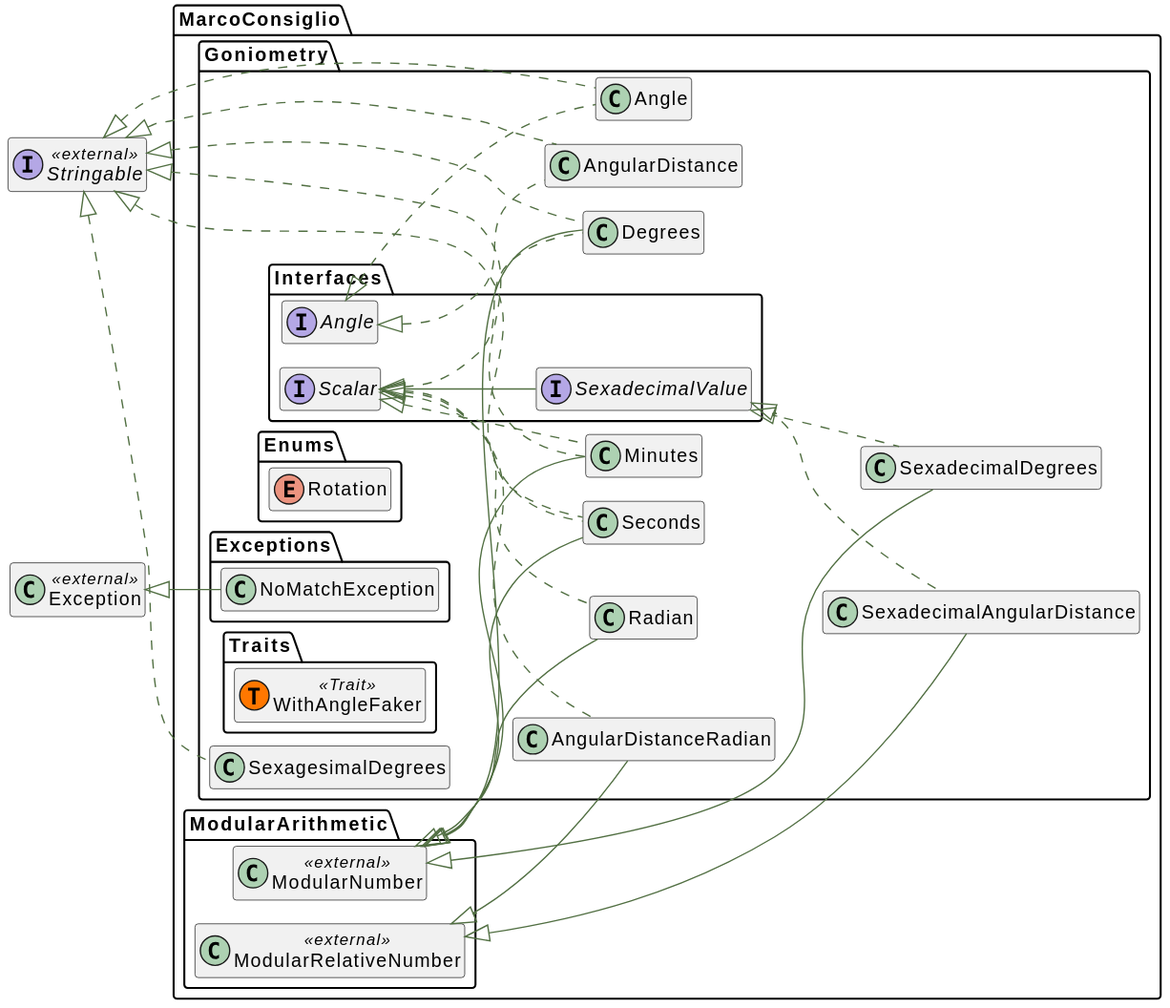
The PlantUML diagram docs/html/graphs/classes.svg in MarcoConsiglio/goniometry, before a commit.
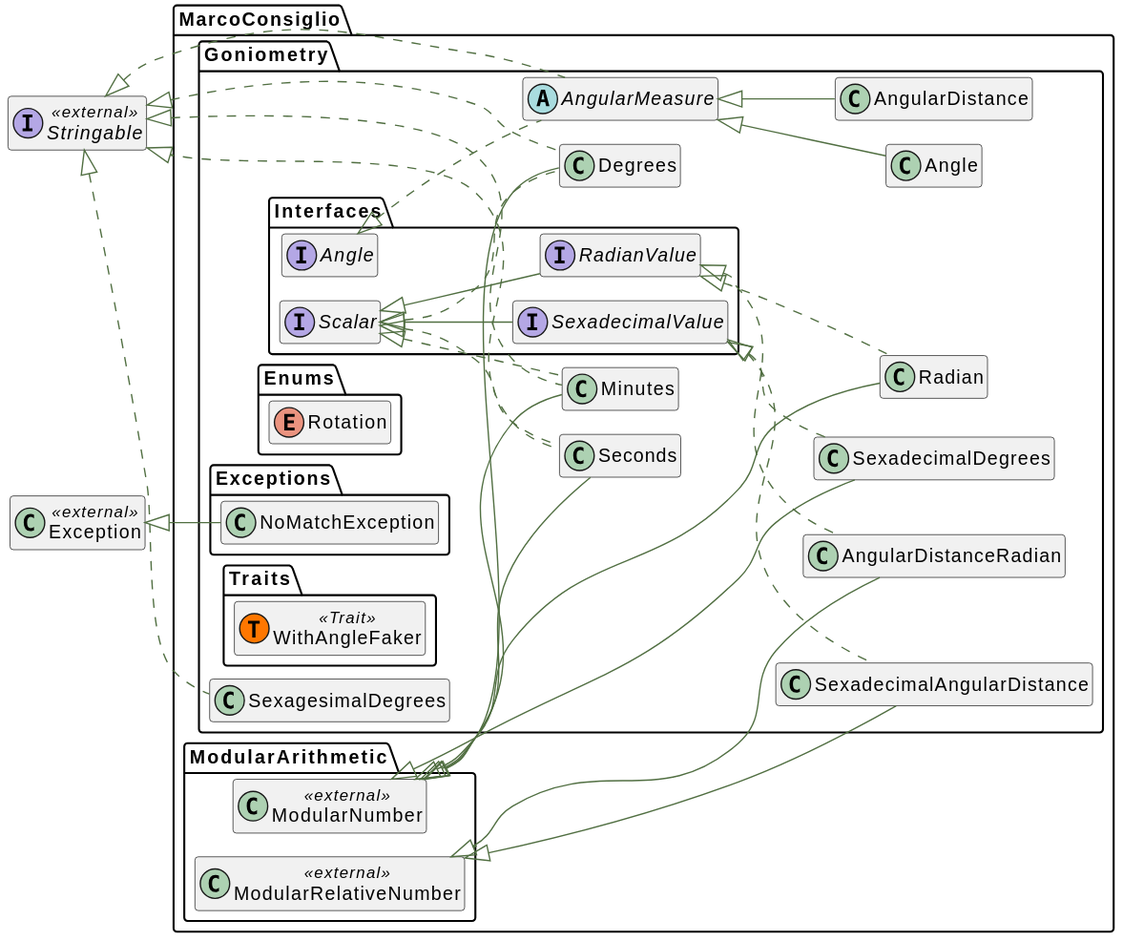
Later version of the same file.

Diff of the diagram source:
```diff
@@ -20,11 +20,15 @@
 interface "Stringable" as Stringable__class << external >>{
 }
 namespace MarcoConsiglio\\Goniometry {
-     class "Angle" as Angle__class    implements \\MarcoConsiglio\\Goniometry\\Interfaces\\Angle__interface,\\Stringable__class {
+    abstract  class "AngularMeasure" as AngularMeasure__class    implements \\MarcoConsiglio\\Goniometry\\Interfaces\\Angle__interface,\\Stringable__class {
     }
 }
 namespace MarcoConsiglio\\Goniometry {
-     class "AngularDistance" as AngularDistance__class    implements \\MarcoConsiglio\\Goniometry\\Interfaces\\Angle__interface,\\Stringable__class {
+     class "Angle" as Angle__class   extends \\MarcoConsiglio\\Goniometry\\AngularMeasure__class  {
+    }
+}
+namespace MarcoConsiglio\\Goniometry {
+     class "AngularDistance" as AngularDistance__class   extends \\MarcoConsiglio\\Goniometry\\AngularMeasure__class  {
     }
 }
 namespace MarcoConsiglio\\ModularArithmetic {
@@ -35,8 +39,12 @@
     interface "Scalar" as Scalar__interface  {
     }
 }
+namespace MarcoConsiglio\\Goniometry\\Interfaces {
+    interface "RadianValue" as RadianValue__interface  extends \\MarcoConsiglio\\Goniometry\\Interfaces\\Scalar__interface {
+    }
+}
 namespace MarcoConsiglio\\Goniometry {
-     class "AngularDistanceRadian" as AngularDistanceRadian__class   extends \\MarcoConsiglio\\ModularArithmetic\\ModularRelativeNumber__class  implements \\MarcoConsiglio\\Goniometry\\Interfaces\\Scalar__interface {
+     class "AngularDistanceRadian" as AngularDistanceRadian__class   extends \\MarcoConsiglio\\ModularArithmetic\\ModularRelativeNumber__class  implements \\MarcoConsiglio\\Goniometry\\Interfaces\\RadianValue__interface {
     }
 }
 namespace MarcoConsiglio\\ModularArithmetic {
@@ -52,7 +60,7 @@
     }
 }
 namespace MarcoConsiglio\\Goniometry {
-     class "Radian" as Radian__class   extends \\MarcoConsiglio\\ModularArithmetic\\ModularNumber__class  implements \\MarcoConsiglio\\Goniometry\\Interfaces\\Scalar__interface {
+     class "Radian" as Radian__class   extends \\MarcoConsiglio\\ModularArithmetic\\ModularNumber__class  implements \\MarcoConsiglio\\Goniometry\\Interfaces\\RadianValue__interface {
     }
 }
 namespace MarcoConsiglio\\Goniometry {
```
